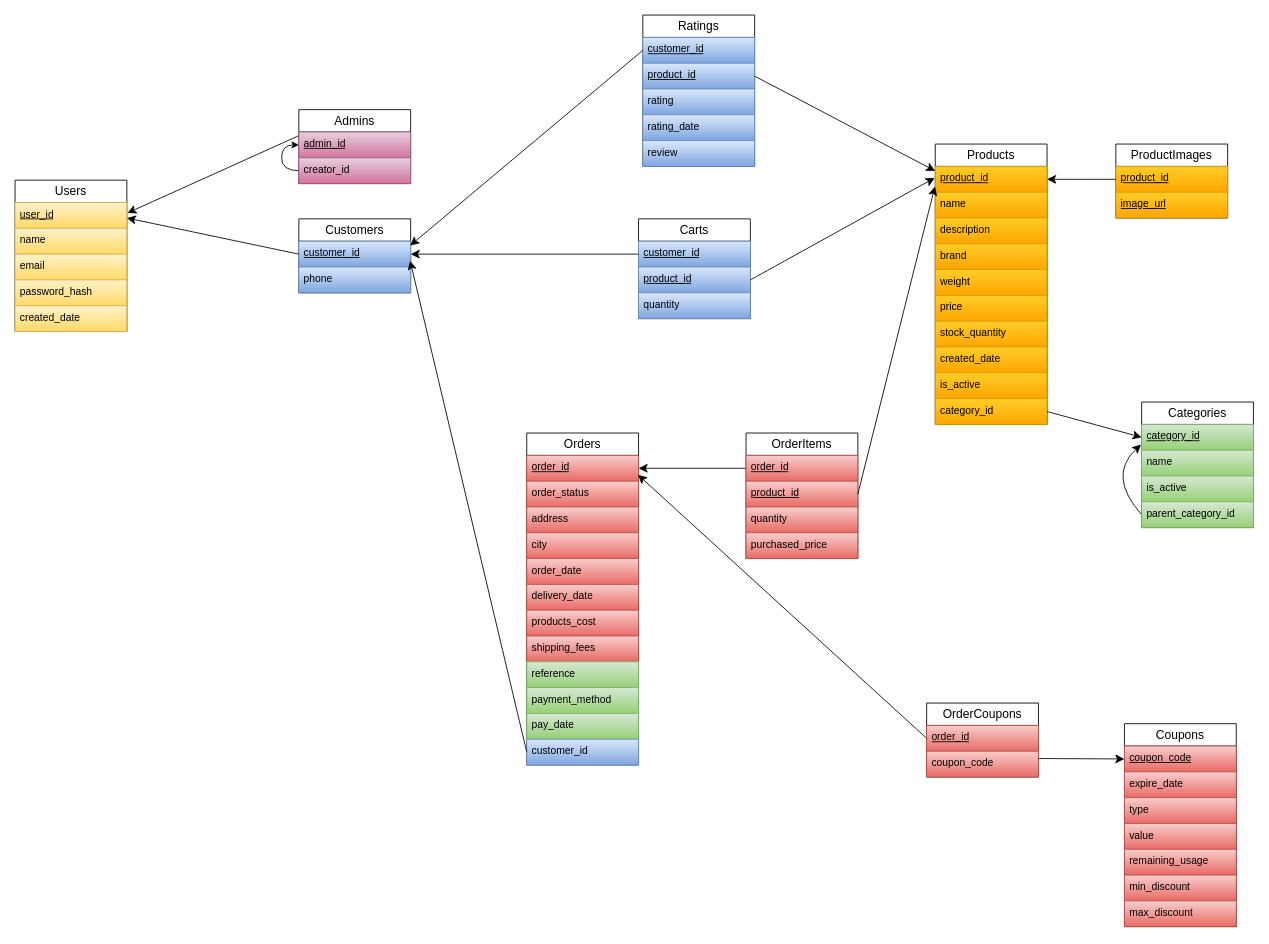
Earlier version of the draw.io diagram Online Store Schema.drawio (KerollosRady/Online-Store-Database). Source tidied: cells renumbered, new cells numbered last; positions are measured from the earlier drawing's top-left corner, leaving out a move shared by most shapes. Both pictures are drawn from the tidied source at 86%, with x=0, y=0 at pixel (15, 15).
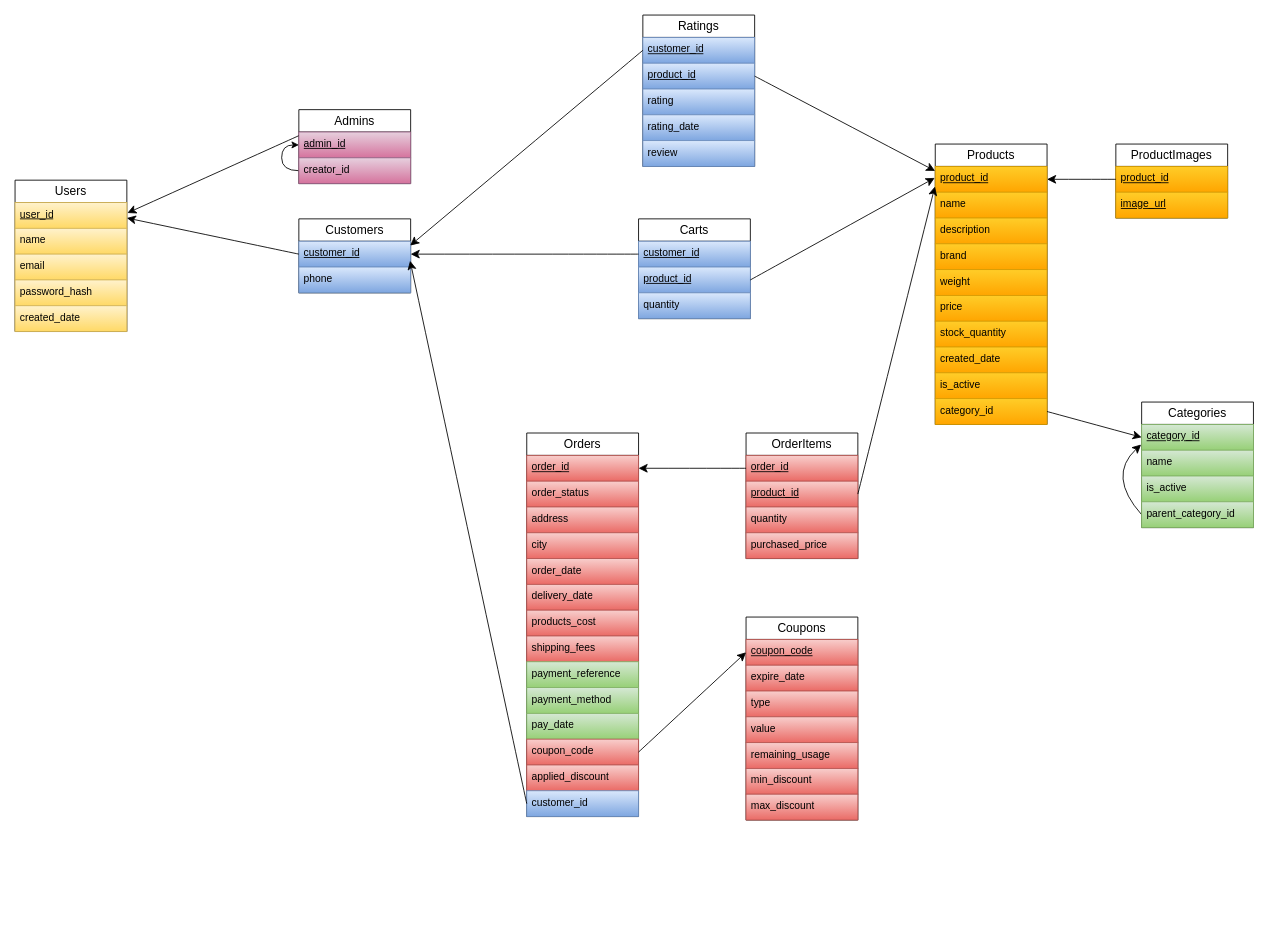
The same page after the edit.

Commit message (it also covers changes not shown here):
Modify the Orders and Coupons Relationship & add applied_discount attribute

The change refers to these unchanged cells:
```xml
<mxCell id="33" value="&lt;u&gt;coupon_code&lt;/u&gt;" style="text;spacingLeft=4;spacingRight=4;overflow=hidden;points=[[0,0.5],[1,0.5]];portConstraint=eastwest;fontSize=12;whiteSpace=wrap;html=1;fontStyle=0;fillColor=#f8cecc;gradientColor=#ea6b66;strokeColor=#b85450;" parent="32" vertex="1">
  <mxGeometry y="26" width="130" height="30" as="geometry" />
</mxCell>
<mxCell id="41" value="&lt;u&gt;order_id&lt;/u&gt;" style="text;spacingLeft=4;spacingRight=4;overflow=hidden;points=[[0,0.5],[1,0.5]];portConstraint=eastwest;fontSize=12;whiteSpace=wrap;html=1;fontStyle=0;fillColor=#f8cecc;gradientColor=#ea6b66;strokeColor=#b85450;" parent="40" vertex="1">
  <mxGeometry y="26" width="130" height="30" as="geometry" />
</mxCell>
```

What changed in the source:
```diff
@@
     <mxCell id="32" value="Coupons" style="swimlane;fontStyle=0;horizontal=1;startSize=26;align=center;fontSize=14;whiteSpace=wrap;" parent="1" vertex="1">
-      <mxGeometry x="1290" y="824" width="130" height="236" as="geometry" />
+      <mxGeometry x="850" y="700" width="130" height="236" as="geometry" />
     </mxCell>
@@
     <mxCell id="40" value="Orders" style="swimlane;fontStyle=0;horizontal=1;startSize=26;align=center;fontSize=14;whiteSpace=wrap;" parent="1" vertex="1">
-      <mxGeometry x="595" y="486" width="130" height="386" as="geometry" />
+      <mxGeometry x="595" y="486" width="130" height="446" as="geometry" />
     </mxCell>
@@
-    <mxCell id="49" value="&lt;span style=&quot;text-align: center;&quot;&gt;reference&lt;/span&gt;" style="text;strokeColor=#82b366;fillColor=#d5e8d4;spacingLeft=4;spacingRight=4;overflow=hidden;fontSize=12;whiteSpace=wrap;html=1;fontStyle=0;gradientColor=#97d077;" parent="40" vertex="1">
+    <mxCell id="49" value="&lt;span style=&quot;text-align: center;&quot;&gt;payment_reference&lt;/span&gt;" style="text;strokeColor=#82b366;fillColor=#d5e8d4;spacingLeft=4;spacingRight=4;overflow=hidden;fontSize=12;whiteSpace=wrap;html=1;fontStyle=0;gradientColor=#97d077;" parent="40" vertex="1">
       <mxGeometry y="266" width="130" height="30" as="geometry" />
     </mxCell>
@@
+    <mxCell id="63" value="&lt;span style=&quot;text-align: center;&quot;&gt;coupon_code&lt;/span&gt;" style="text;strokeColor=#b85450;fillColor=#f8cecc;spacingLeft=4;spacingRight=4;overflow=hidden;points=[[0,0.5],[1,0.5]];portConstraint=eastwest;fontSize=12;whiteSpace=wrap;html=1;fontStyle=0;gradientColor=#ea6b66;" parent="40" vertex="1">
+      <mxGeometry y="356" width="130" height="30" as="geometry" />
+    </mxCell>
+    <mxCell id="87" value="&lt;span style=&quot;text-align: center;&quot;&gt;applied_discount&lt;/span&gt;" style="text;strokeColor=#b85450;fillColor=#f8cecc;spacingLeft=4;spacingRight=4;overflow=hidden;fontSize=12;whiteSpace=wrap;html=1;fontStyle=0;gradientColor=#ea6b66;" parent="40" vertex="1">
+      <mxGeometry y="386" width="130" height="30" as="geometry" />
+    </mxCell>
     <mxCell id="52" value="&lt;span style=&quot;text-align: center;&quot;&gt;customer_id&lt;/span&gt;" style="text;strokeColor=#6c8ebf;fillColor=#dae8fc;spacingLeft=4;spacingRight=4;overflow=hidden;points=[[0,0.5],[1,0.5]];portConstraint=eastwest;fontSize=12;whiteSpace=wrap;html=1;fontStyle=0;gradientColor=#7ea6e0;" parent="40" vertex="1">
-      <mxGeometry y="356" width="130" height="30" as="geometry" />
+      <mxGeometry y="416" width="130" height="30" as="geometry" />
     </mxCell>
@@
-    <mxCell id="61" value="OrderCoupons" style="swimlane;fontStyle=0;horizontal=1;startSize=26;align=center;fontSize=14;whiteSpace=wrap;" parent="1" vertex="1">
-      <mxGeometry x="1060" y="800" width="130" height="86" as="geometry" />
-    </mxCell>
-    <mxCell id="62" value="&lt;u&gt;order_id&lt;/u&gt;" style="text;spacingLeft=4;spacingRight=4;overflow=hidden;points=[[0,0.5],[1,0.5]];portConstraint=eastwest;fontSize=12;whiteSpace=wrap;html=1;fontStyle=0;fillColor=#f8cecc;gradientColor=#ea6b66;strokeColor=#b85450;" parent="61" vertex="1">
-      <mxGeometry y="26" width="130" height="30" as="geometry" />
-    </mxCell>
-    <mxCell id="63" value="coupon_code" style="text;spacingLeft=4;spacingRight=4;overflow=hidden;points=[[0,0.5],[1,0.5]];portConstraint=eastwest;fontSize=12;whiteSpace=wrap;html=1;fontStyle=0;fillColor=#f8cecc;gradientColor=#ea6b66;strokeColor=#b85450;" parent="61" vertex="1">
-      <mxGeometry y="56" width="130" height="30" as="geometry" />
-    </mxCell>
-    <mxCell id="64" style="edgeStyle=none;curved=1;rounded=0;jettySize=auto;html=1;exitX=1;exitY=0.75;exitDx=0;exitDy=0;entryX=0;entryY=0.5;entryDx=0;entryDy=0;fontSize=12;startSize=8;endSize=8;fontStyle=0;strokeColor=default;" parent="1" edge="1" source="61" target="33">
-      <mxGeometry relative="1" as="geometry" />
-    </mxCell>
-    <mxCell id="65" style="edgeStyle=none;curved=1;rounded=0;jettySize=auto;html=1;exitX=0;exitY=0.5;exitDx=0;exitDy=0;entryX=0.995;entryY=0.751;entryDx=0;entryDy=0;fontSize=12;startSize=8;endSize=8;fontStyle=0;entryPerimeter=0;" parent="1" edge="1" source="62" target="41">
+    <mxCell id="65" style="edgeStyle=none;curved=1;rounded=0;jettySize=auto;html=1;exitX=1;exitY=0.5;exitDx=0;exitDy=0;entryX=0;entryY=0.5;entryDx=0;entryDy=0;fontSize=12;startSize=8;endSize=8;fontStyle=0;" parent="1" edge="1" source="63" target="33">
       <mxGeometry relative="1" as="geometry" />
     </mxCell>
```
